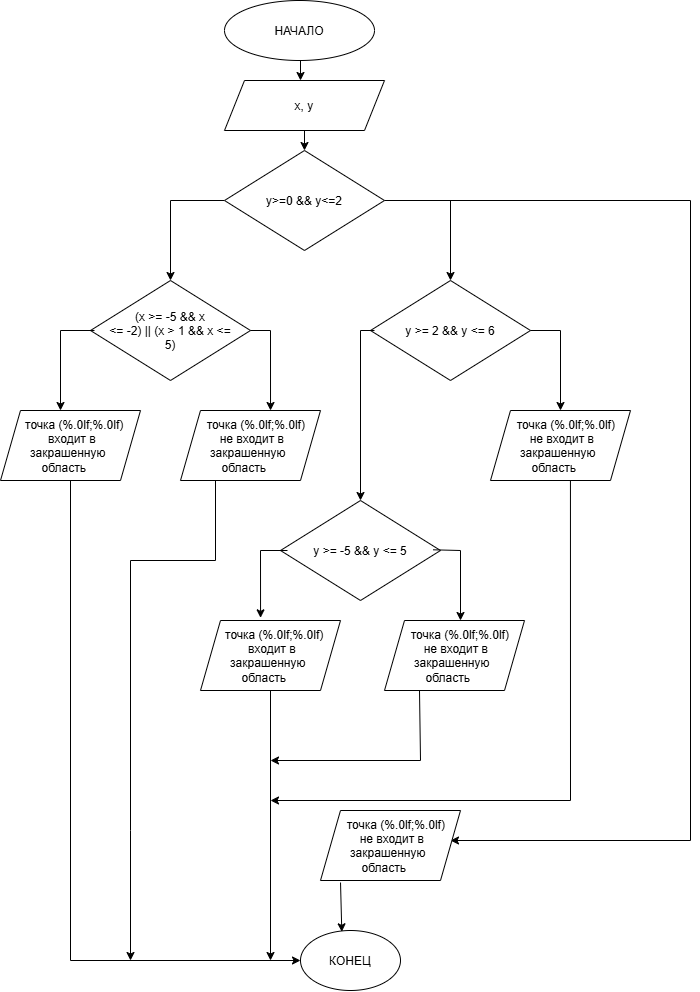
The draw.io diagram lab6home.png in ChudakovaKatya/lab6home, before a commit. Source tidied: cells renumbered, new cells last; positions are measured from the earlier drawing's top-left corner, leaving out a move shared by most shapes. Its diagram source:
```xml
<mxGraphModel background="light-dark(#FFFFFF,#EEEEEE)">
  <root>
    <mxCell id="0" />
    <mxCell id="1" parent="0" />
    <mxCell id="2" style="endArrow=classic;html=1;rounded=0;exitX=0;exitY=0.5;exitDx=0;exitDy=0;strokeColor=light-dark(#000000,#000000);" parent="1" edge="1">
      <mxGeometry x="0.22" relative="1" as="geometry">
        <mxPoint x="224" y="200" as="sourcePoint" />
        <mxPoint x="170" y="280" as="targetPoint" />
        <Array as="points">
          <mxPoint x="170" y="200" />
        </Array>
      </mxGeometry>
    </mxCell>
    <mxCell id="3" style="endArrow=classic;html=1;rounded=0;strokeColor=light-dark(#000000,#000000);" parent="1" edge="1">
      <mxGeometry x="0.05" relative="1" as="geometry">
        <mxPoint x="384" y="200" as="sourcePoint" />
        <mxPoint x="450" y="280" as="targetPoint" />
        <Array as="points">
          <mxPoint x="450" y="200" />
        </Array>
      </mxGeometry>
    </mxCell>
    <mxCell id="4" value="(x &amp;gt;= -5 &amp;amp;&amp;amp; x &amp;lt;= -2) || (x &amp;gt; 1 &amp;amp;&amp;amp; x &amp;lt;= 5)" style="rhombus;whiteSpace=wrap;html=1;shapeInside=1;" parent="1" vertex="1">
      <mxGeometry x="90" y="280" width="160" height="100" as="geometry" />
    </mxCell>
    <mxCell id="5" value="y &amp;gt;= 2 &amp;amp;&amp;amp; y &amp;lt;= 6" style="rhombus;whiteSpace=wrap;html=1;shapeInside=1;" parent="1" vertex="1">
      <mxGeometry x="370" y="280" width="160" height="100" as="geometry" />
    </mxCell>
    <mxCell id="6" style="endArrow=classic;html=1;rounded=0;exitX=0;exitY=0.5;exitDx=0;exitDy=0;strokeColor=light-dark(#000000,#000000);" parent="1" edge="1">
      <mxGeometry x="0.22" relative="1" as="geometry">
        <mxPoint x="94" y="330" as="sourcePoint" />
        <mxPoint x="60" y="410" as="targetPoint" />
        <Array as="points">
          <mxPoint x="60" y="330" />
        </Array>
      </mxGeometry>
    </mxCell>
    <mxCell id="7" style="endArrow=classic;html=1;rounded=0;strokeColor=light-dark(#000000,#000000);" parent="1" edge="1" source="11">
      <mxGeometry x="0.05" relative="1" as="geometry">
        <mxPoint x="280" y="410" as="targetPoint" />
      </mxGeometry>
    </mxCell>
    <mxCell id="8" style="endArrow=classic;html=1;rounded=0;strokeColor=light-dark(#000000,#000000);" parent="1" edge="1">
      <mxGeometry x="0.05" relative="1" as="geometry">
        <mxPoint x="530" y="330" as="sourcePoint" />
        <mxPoint x="560" y="410" as="targetPoint" />
        <Array as="points">
          <mxPoint x="560" y="330" />
        </Array>
      </mxGeometry>
    </mxCell>
    <mxCell id="9" style="endArrow=classic;html=1;rounded=0;exitX=0;exitY=0.5;exitDx=0;exitDy=0;strokeColor=light-dark(#000000,#000000);" parent="1" edge="1">
      <mxGeometry x="-0.17" relative="1" as="geometry">
        <mxPoint x="374" y="330" as="sourcePoint" />
        <mxPoint x="360" y="500" as="targetPoint" />
        <Array as="points">
          <mxPoint x="360" y="330" />
        </Array>
      </mxGeometry>
    </mxCell>
    <mxCell id="10" style="endArrow=classic;html=1;rounded=0;strokeColor=light-dark(#000000,#000000);exitX=1;exitY=0.5;exitDx=0;exitDy=0;entryX=0.643;entryY=0;entryDx=0;entryDy=0;entryPerimeter=0;" parent="1" edge="1" source="4" target="11">
      <mxGeometry x="0.05" relative="1" as="geometry">
        <Array as="points">
          <mxPoint x="270" y="330" />
        </Array>
      </mxGeometry>
    </mxCell>
    <mxCell id="11" value="точка (%.0lf;%.0lf) не входит в закрашенную область" style="shape=parallelogram;perimeter=parallelogramPerimeter;whiteSpace=wrap;html=1;shapeInside=1;fixedSize=1;" parent="1" vertex="1">
      <mxGeometry x="180" y="410" width="140" height="70" as="geometry" />
    </mxCell>
    <mxCell id="12" value="точка (%.0lf;%.0lf) не входит в закрашенную область" style="shape=parallelogram;perimeter=parallelogramPerimeter;whiteSpace=wrap;html=1;shapeInside=1;fixedSize=1;" parent="1" vertex="1">
      <mxGeometry x="490" y="410" width="140" height="70" as="geometry" />
    </mxCell>
    <mxCell id="13" value="точка (%.0lf;%.0lf)&amp;nbsp; входит в закрашенную область" style="shape=parallelogram;perimeter=parallelogramPerimeter;whiteSpace=wrap;html=1;shapeInside=1;fixedSize=1;" parent="1" vertex="1">
      <mxGeometry x="200" y="620" width="140" height="70" as="geometry" />
    </mxCell>
    <mxCell id="14" value="y &amp;gt;= -5 &amp;amp;&amp;amp; y &amp;lt;= 5" style="rhombus;whiteSpace=wrap;html=1;shapeInside=1;" parent="1" vertex="1">
      <mxGeometry x="280" y="500" width="160" height="100" as="geometry" />
    </mxCell>
    <mxCell id="15" style="endArrow=classic;html=1;rounded=0;exitX=0;exitY=0.5;exitDx=0;exitDy=0;strokeColor=light-dark(#000000,#000000);entryX=0.429;entryY=-0.038;entryDx=0;entryDy=0;entryPerimeter=0;" parent="1" edge="1" target="13">
      <mxGeometry x="0.38" relative="1" as="geometry">
        <mxPoint x="287" y="550" as="sourcePoint" />
        <Array as="points">
          <mxPoint x="260" y="550" />
        </Array>
      </mxGeometry>
    </mxCell>
    <mxCell id="16" style="endArrow=classic;html=1;rounded=0;strokeColor=light-dark(#000000,#000000);exitX=0.954;exitY=0.493;exitDx=0;exitDy=0;exitPerimeter=0;" parent="1" edge="1" source="14">
      <mxGeometry x="0.23" relative="1" as="geometry">
        <mxPoint x="460" y="620" as="targetPoint" />
        <Array as="points">
          <mxPoint x="460" y="550" />
        </Array>
      </mxGeometry>
    </mxCell>
    <mxCell id="17" value="точка (%.0lf;%.0lf) не входит в закрашенную область" style="shape=parallelogram;perimeter=parallelogramPerimeter;whiteSpace=wrap;html=1;shapeInside=1;fixedSize=1;" parent="1" vertex="1">
      <mxGeometry x="384" y="620" width="140" height="70" as="geometry" />
    </mxCell>
    <mxCell id="18" value="точка (%.0lf;%.0lf)&amp;nbsp; входит в закрашенную область" style="shape=parallelogram;perimeter=parallelogramPerimeter;whiteSpace=wrap;html=1;shapeInside=1;fixedSize=1;" parent="1" vertex="1">
      <mxGeometry y="410" width="140" height="70" as="geometry" />
    </mxCell>
    <mxCell id="19" style="endArrow=classic;html=1;rounded=0;strokeColor=light-dark(#000000,#000000);" parent="1" edge="1">
      <mxGeometry x="0.72" relative="1" as="geometry">
        <mxPoint x="384" y="200" as="sourcePoint" />
        <mxPoint x="450" y="840" as="targetPoint" />
        <Array as="points">
          <mxPoint x="690" y="200" />
          <mxPoint x="690" y="840" />
        </Array>
      </mxGeometry>
    </mxCell>
    <mxCell id="20" style="endArrow=classic;html=1;rounded=0;exitX=0.5;exitY=1;exitDx=0;exitDy=0;strokeColor=light-dark(#000000,#000000);" parent="1" edge="1" source="18" target="21">
      <mxGeometry x="0.26" relative="1" as="geometry">
        <Array as="points">
          <mxPoint x="70" y="960" />
        </Array>
      </mxGeometry>
    </mxCell>
    <mxCell id="21" value="КОНЕЦ" style="ellipse;whiteSpace=wrap;html=1;shapeInside=1;" parent="1" vertex="1">
      <mxGeometry x="300" y="930" width="100" height="60" as="geometry" />
    </mxCell>
    <mxCell id="22" style="endArrow=classic;html=1;rounded=0;strokeColor=light-dark(#000000,#000000);entryX=0.413;entryY=0.022;entryDx=0;entryDy=0;entryPerimeter=0;exitX=0.143;exitY=1.029;exitDx=0;exitDy=0;exitPerimeter=0;" parent="1" edge="1" target="21">
      <mxGeometry relative="1" as="geometry">
        <mxPoint x="340" y="882" as="sourcePoint" />
      </mxGeometry>
    </mxCell>
    <mxCell id="23" style="endArrow=classic;html=1;rounded=0;exitX=0.5;exitY=1;exitDx=0;exitDy=0;entryX=0.5;entryY=0;entryDx=0;entryDy=0;strokeColor=light-dark(#000000,#000000);" parent="1" edge="1">
      <mxGeometry relative="1" as="geometry">
        <mxPoint x="300" y="60" as="sourcePoint" />
        <mxPoint x="300" y="80" as="targetPoint" />
      </mxGeometry>
    </mxCell>
    <mxCell id="24" style="endArrow=classic;html=1;rounded=0;entryX=0.5;entryY=0;entryDx=0;entryDy=0;strokeColor=light-dark(#000000,#000000);exitX=0.52;exitY=0.8;exitDx=0;exitDy=0;exitPerimeter=0;" parent="1" edge="1">
      <mxGeometry relative="1" as="geometry">
        <mxPoint x="304" y="120" as="sourcePoint" />
        <mxPoint x="304" y="150" as="targetPoint" />
      </mxGeometry>
    </mxCell>
    <mxCell id="25" style="endArrow=classic;html=1;rounded=0;exitX=0.25;exitY=1;exitDx=0;exitDy=0;strokeColor=light-dark(#000000,#000000);" parent="1" edge="1" source="11">
      <mxGeometry x="0.22" relative="1" as="geometry">
        <mxPoint x="130" y="960" as="targetPoint" />
        <Array as="points">
          <mxPoint x="215" y="560" />
          <mxPoint x="130" y="560" />
          <mxPoint x="130" y="830" />
        </Array>
      </mxGeometry>
    </mxCell>
    <mxCell id="26" style="endArrow=classic;html=1;rounded=0;exitX=0.5;exitY=1;exitDx=0;exitDy=0;strokeColor=light-dark(#000000,#000000);" parent="1" edge="1" source="13">
      <mxGeometry relative="1" as="geometry">
        <mxPoint x="270" y="960" as="targetPoint" />
      </mxGeometry>
    </mxCell>
    <mxCell id="27" style="endArrow=classic;html=1;rounded=0;strokeColor=light-dark(#000000,#000000);exitX=0.25;exitY=1;exitDx=0;exitDy=0;" parent="1" edge="1" source="17">
      <mxGeometry x="-0.14" relative="1" as="geometry">
        <mxPoint x="270" y="760" as="targetPoint" />
        <Array as="points">
          <mxPoint x="420" y="760" />
        </Array>
      </mxGeometry>
    </mxCell>
    <mxCell id="28" style="endArrow=classic;html=1;rounded=0;strokeColor=light-dark(#000000,#000000);exitX=0.571;exitY=1;exitDx=0;exitDy=0;exitPerimeter=0;" parent="1" edge="1" source="12">
      <mxGeometry x="0.6" relative="1" as="geometry">
        <mxPoint x="270" y="800" as="targetPoint" />
        <Array as="points">
          <mxPoint x="570" y="800" />
        </Array>
      </mxGeometry>
    </mxCell>
    <mxCell id="29" value="точка (%.0lf;%.0lf) не входит в закрашенную область" style="shape=parallelogram;perimeter=parallelogramPerimeter;whiteSpace=wrap;html=1;shapeInside=1;fixedSize=1;" parent="1" vertex="1">
      <mxGeometry x="320" y="810" width="140" height="70" as="geometry" />
    </mxCell>
    <mxCell id="30" value="НАЧАЛО" style="ellipse;whiteSpace=wrap;html=1;shapeInside=1;" parent="1" vertex="1">
      <mxGeometry x="224" width="150" height="60" as="geometry" />
    </mxCell>
    <mxCell id="31" value="x, y" style="shape=parallelogram;perimeter=parallelogramPerimeter;whiteSpace=wrap;html=1;shapeInside=1;fixedSize=1;" parent="1" vertex="1">
      <mxGeometry x="224" y="80" width="160" height="50" as="geometry" />
    </mxCell>
    <mxCell id="32" value="y&amp;gt;=0 &amp;amp;&amp;amp; y&amp;lt;=2" style="rhombus;whiteSpace=wrap;html=1;shapeInside=1;" parent="1" vertex="1">
      <mxGeometry x="224" y="150" width="160" height="100" as="geometry" />
    </mxCell>
  </root>
</mxGraphModel>
```
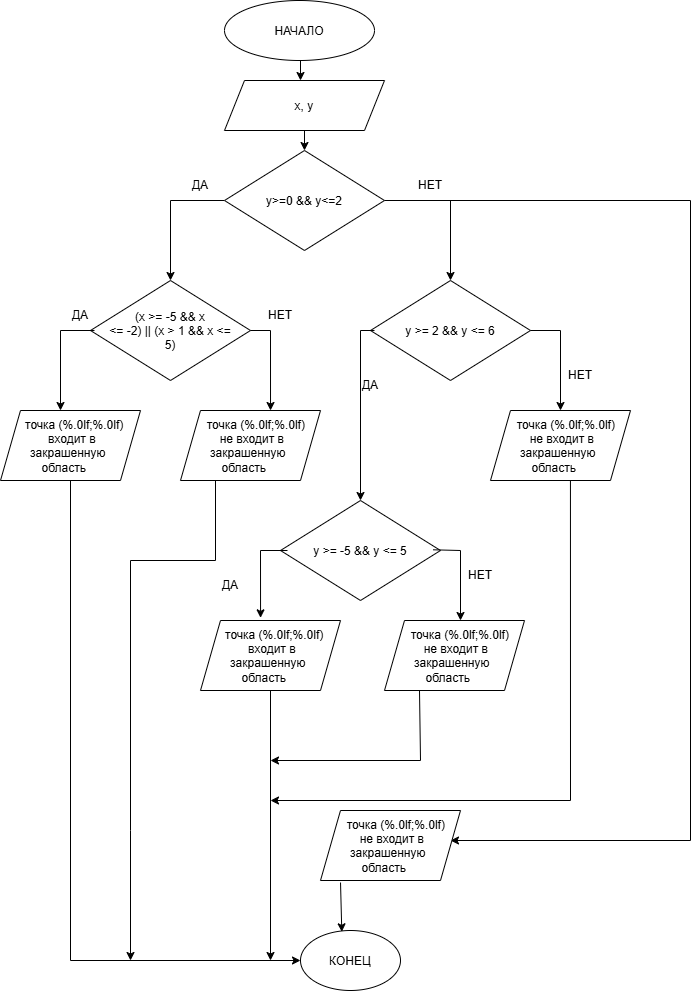
Above is the later version.

Diff of the diagram source:
```diff
@@ -179,5 +179,29 @@
     <mxCell id="32" value="y&amp;gt;=0 &amp;amp;&amp;amp; y&amp;lt;=2" style="rhombus;whiteSpace=wrap;html=1;shapeInside=1;" parent="1" vertex="1">
       <mxGeometry x="224" y="150" width="160" height="100" as="geometry" />
     </mxCell>
+    <mxCell id="33" value="ДА" style="text;html=1;whiteSpace=wrap;strokeColor=none;fillColor=none;align=center;verticalAlign=middle;rounded=0;fontColor=light-dark(#000000,#000000);" parent="1" vertex="1">
+      <mxGeometry x="170" y="170" width="60" height="30" as="geometry" />
+    </mxCell>
+    <mxCell id="34" value="ДА" style="text;html=1;whiteSpace=wrap;strokeColor=none;fillColor=none;align=center;verticalAlign=middle;rounded=0;fontColor=light-dark(#000000,#000000);" parent="1" vertex="1">
+      <mxGeometry x="50" y="300" width="60" height="30" as="geometry" />
+    </mxCell>
+    <mxCell id="35" value="ДА" style="text;html=1;whiteSpace=wrap;strokeColor=none;fillColor=none;align=center;verticalAlign=middle;rounded=0;fontColor=light-dark(#000000,#000000);" parent="1" vertex="1">
+      <mxGeometry x="340" y="370" width="60" height="30" as="geometry" />
+    </mxCell>
+    <mxCell id="36" value="НЕТ" style="text;html=1;whiteSpace=wrap;strokeColor=none;fillColor=none;align=center;verticalAlign=middle;rounded=0;fontColor=light-dark(#000000,#000000);" parent="1" vertex="1">
+      <mxGeometry x="400" y="170" width="60" height="30" as="geometry" />
+    </mxCell>
+    <mxCell id="37" value="НЕТ" style="text;html=1;whiteSpace=wrap;strokeColor=none;fillColor=none;align=center;verticalAlign=middle;rounded=0;fontColor=light-dark(#000000,#000000);" parent="1" vertex="1">
+      <mxGeometry x="550" y="360" width="60" height="30" as="geometry" />
+    </mxCell>
+    <mxCell id="38" value="НЕТ" style="text;html=1;whiteSpace=wrap;strokeColor=none;fillColor=none;align=center;verticalAlign=middle;rounded=0;fontColor=light-dark(#000000,#000000);" parent="1" vertex="1">
+      <mxGeometry x="250" y="300" width="60" height="30" as="geometry" />
+    </mxCell>
+    <mxCell id="39" value="НЕТ" style="text;html=1;whiteSpace=wrap;strokeColor=none;fillColor=none;align=center;verticalAlign=middle;rounded=0;fontColor=light-dark(#000000,#000000);" parent="1" vertex="1">
+      <mxGeometry x="450" y="560" width="60" height="30" as="geometry" />
+    </mxCell>
+    <mxCell id="40" value="ДА" style="text;html=1;whiteSpace=wrap;strokeColor=none;fillColor=none;align=center;verticalAlign=middle;rounded=0;fontColor=light-dark(#000000,#000000);" parent="1" vertex="1">
+      <mxGeometry x="200" y="570" width="60" height="30" as="geometry" />
+    </mxCell>
   </root>
 </mxGraphModel>
```
